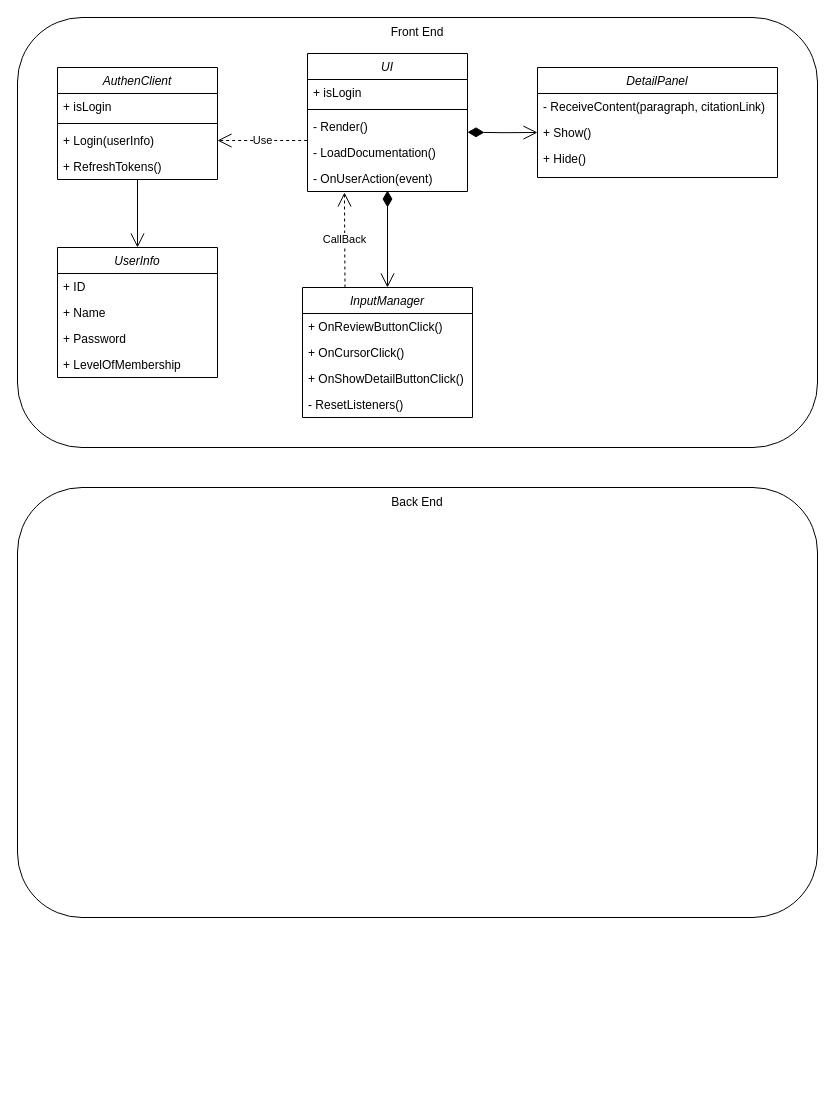
Above: Documentation Copilot System/developmentView_ClassDiagram.drawio in AndyC00/Diagrams (draw.io), before the change. Source tidied: cells renumbered, new cells numbered last; positions are measured from the earlier drawing's top-left corner, leaving out a move shared by most shapes. Both pictures are drawn from the tidied source at 100%, with x=0, y=0 at pixel (17, 17).
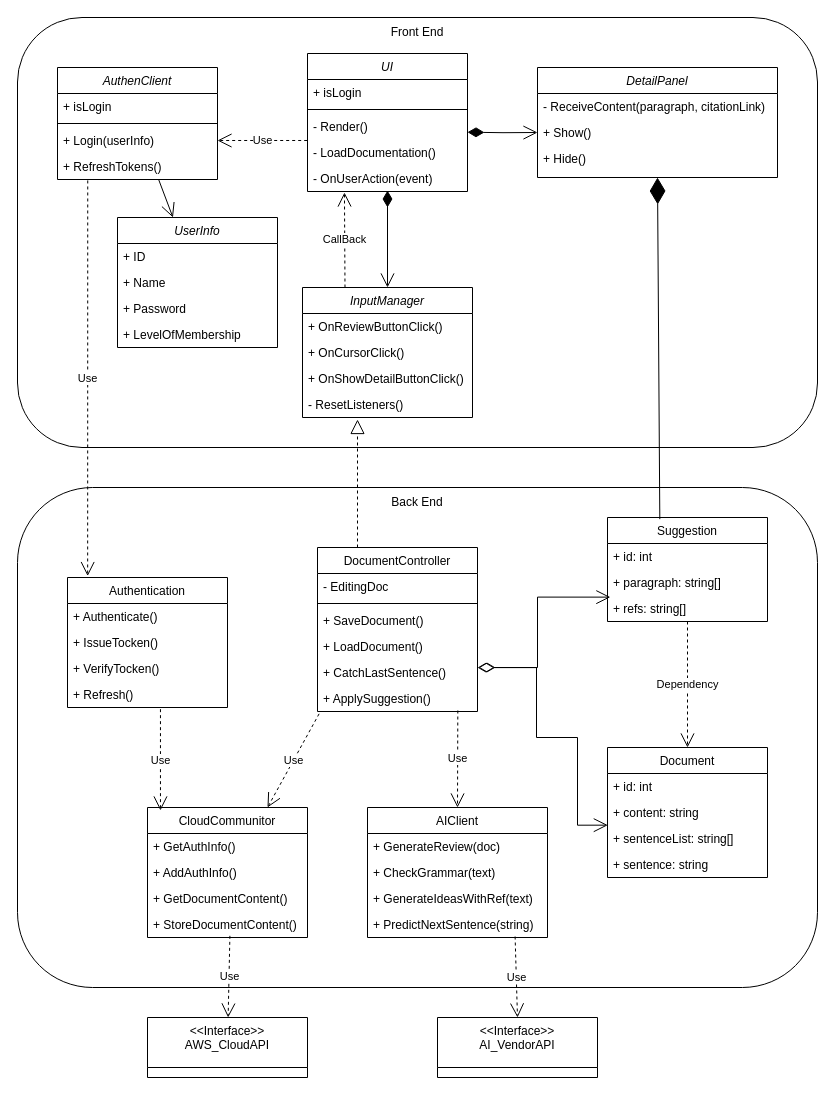
Above is the later version.

The change refers to these unchanged cells:
```xml
<mxCell id="5" value="DetailPanel" style="swimlane;fontStyle=2;align=center;verticalAlign=top;horizontal=1;startSize=26;rounded=0;shadow=0;strokeWidth=1;" parent="1" vertex="1">
  <mxGeometry x="520" y="50" width="240" height="110" as="geometry" />
</mxCell>
<mxCell id="19" value="+ RefreshTokens()" style="text;align=left;verticalAlign=top;spacingLeft=4;spacingRight=4;overflow=hidden;points=[[0,0.5],[1,0.5]];portConstraint=eastwest;rounded=0;shadow=0;html=0;" parent="15" vertex="1">
  <mxGeometry y="86" width="160" height="26" as="geometry" />
</mxCell>
```

Change to the diagram source:
```diff
@@
+    <mxCell id="36" style="rounded=1;whiteSpace=wrap;html=1;" parent="1" vertex="1">
+      <mxGeometry y="470" width="800" height="500" as="geometry" />
+    </mxCell>
@@
     <mxCell id="10" value="UserInfo" style="swimlane;fontStyle=2;align=center;verticalAlign=top;horizontal=1;startSize=26;rounded=0;shadow=0;strokeWidth=1;" parent="1" vertex="1">
-      <mxGeometry x="40" y="230" width="160" height="130" as="geometry" />
+      <mxGeometry x="100" y="200" width="160" height="130" as="geometry" />
     </mxCell>
@@
-    <mxCell id="35" style="group;" parent="1" vertex="1">
-      <mxGeometry y="470" width="800" height="430" as="geometry" />
-    </mxCell>
-    <mxCell id="36" style="rounded=1;whiteSpace=wrap;html=1;" parent="35" vertex="1">
-      <mxGeometry width="800" height="430" as="geometry" />
-    </mxCell>
+    <mxCell id="38" value="&lt;span style=&quot;font-weight: 400;&quot;&gt;&amp;lt;&amp;lt;Interface&amp;gt;&amp;gt;&lt;/span&gt;&lt;br style=&quot;font-weight: 400;&quot;&gt;&lt;span style=&quot;font-weight: normal;&quot;&gt;AI_VendorAPI&lt;/span&gt;" style="swimlane;fontStyle=1;align=center;verticalAlign=top;horizontal=1;startSize=50;whiteSpace=wrap;html=1;" parent="1" vertex="1">
+      <mxGeometry x="420" y="1000" width="160" height="60" as="geometry" />
+    </mxCell>
+    <mxCell id="39" value="&lt;span style=&quot;font-weight: normal;&quot;&gt;&amp;lt;&amp;lt;Interface&amp;gt;&amp;gt;&lt;br&gt;AWS_CloudAPI&lt;/span&gt;" style="swimlane;fontStyle=1;align=center;verticalAlign=top;horizontal=1;startSize=50;whiteSpace=wrap;html=1;" parent="1" vertex="1">
+      <mxGeometry x="130" y="1000" width="160" height="60" as="geometry" />
+    </mxCell>
+    <mxCell id="40" value="Use" style="endArrow=open;endSize=12;dashed=1;html=1;rounded=0;exitX=0.189;exitY=1.037;exitDx=0;exitDy=0;exitPerimeter=0;entryX=0.126;entryY=-0.011;entryDx=0;entryDy=0;entryPerimeter=0;" parent="1" edge="1" source="19" target="53">
+      <mxGeometry relative="1" as="geometry" />
+    </mxCell>
-    <mxCell id="37" value="Back E&lt;span style=&quot;background-color: transparent; color: light-dark(rgb(0, 0, 0), rgb(255, 255, 255));&quot;&gt;nd&lt;/span&gt;" style="text;html=1;align=center;verticalAlign=middle;whiteSpace=wrap;rounded=0;" parent="35" vertex="1">
-      <mxGeometry x="370" width="60" height="30" as="geometry" />
+    <mxCell id="37" value="Back E&lt;span style=&quot;background-color: transparent; color: light-dark(rgb(0, 0, 0), rgb(255, 255, 255));&quot;&gt;nd&lt;/span&gt;" style="text;html=1;align=center;verticalAlign=middle;whiteSpace=wrap;rounded=0;" parent="1" vertex="1">
+      <mxGeometry x="370" y="470" width="60" height="30" as="geometry" />
     </mxCell>
+    <mxCell id="41" value="&lt;span style=&quot;font-weight: normal;&quot;&gt;DocumentController&lt;/span&gt;" style="swimlane;fontStyle=1;align=center;verticalAlign=top;horizontal=1;startSize=26;whiteSpace=wrap;html=1;" parent="1" vertex="1">
+      <mxGeometry x="300" y="530" width="160" height="164" as="geometry" />
+    </mxCell>
+    <mxCell id="42" value="- EditingDoc" style="text;strokeColor=none;fillColor=none;align=left;verticalAlign=top;spacingLeft=4;spacingRight=4;overflow=hidden;whiteSpace=wrap;html=1;" parent="41" vertex="1">
+      <mxGeometry y="26" width="160" height="26" as="geometry" />
+    </mxCell>
+    <mxCell id="43" style="line;strokeWidth=1;fillColor=none;align=left;verticalAlign=middle;spacingTop=-1;spacingLeft=3;spacingRight=3;labelPosition=right;strokeColor=inherit;" parent="41" vertex="1">
+      <mxGeometry y="52" width="160" height="8" as="geometry" />
+    </mxCell>
+    <mxCell id="44" value="+ SaveDocument()" style="text;strokeColor=none;fillColor=none;align=left;verticalAlign=top;spacingLeft=4;spacingRight=4;overflow=hidden;whiteSpace=wrap;html=1;" parent="41" vertex="1">
+      <mxGeometry y="60" width="160" height="26" as="geometry" />
+    </mxCell>
+    <mxCell id="45" value="+ LoadDocument()" style="text;strokeColor=none;fillColor=none;align=left;verticalAlign=top;spacingLeft=4;spacingRight=4;overflow=hidden;whiteSpace=wrap;html=1;" parent="41" vertex="1">
+      <mxGeometry y="86" width="160" height="26" as="geometry" />
+    </mxCell>
+    <mxCell id="46" value="+ CatchLastSentence()" style="text;strokeColor=none;fillColor=none;align=left;verticalAlign=top;spacingLeft=4;spacingRight=4;overflow=hidden;whiteSpace=wrap;html=1;" parent="41" vertex="1">
+      <mxGeometry y="112" width="160" height="26" as="geometry" />
+    </mxCell>
+    <mxCell id="47" value="+ ApplySuggestion()" style="text;strokeColor=none;fillColor=none;align=left;verticalAlign=top;spacingLeft=4;spacingRight=4;overflow=hidden;points=[[0,0.5],[1,0.5]];portConstraint=eastwest;whiteSpace=wrap;html=1;" parent="41" vertex="1">
+      <mxGeometry y="138" width="160" height="26" as="geometry" />
+    </mxCell>
+    <mxCell id="48" value="&lt;span style=&quot;font-weight: normal;&quot;&gt;Suggestion&lt;/span&gt;" style="swimlane;fontStyle=1;align=center;verticalAlign=top;horizontal=1;startSize=26;whiteSpace=wrap;html=1;" parent="1" vertex="1">
+      <mxGeometry x="590" y="500" width="160" height="104" as="geometry" />
+    </mxCell>
+    <mxCell id="49" value="+ id: int" style="text;strokeColor=none;fillColor=none;align=left;verticalAlign=top;spacingLeft=4;spacingRight=4;overflow=hidden;whiteSpace=wrap;html=1;" parent="48" vertex="1">
+      <mxGeometry y="26" width="160" height="26" as="geometry" />
+    </mxCell>
+    <mxCell id="50" value="+ paragraph: string[]" style="text;strokeColor=none;fillColor=none;align=left;verticalAlign=top;spacingLeft=4;spacingRight=4;overflow=hidden;whiteSpace=wrap;html=1;" parent="48" vertex="1">
+      <mxGeometry y="52" width="160" height="26" as="geometry" />
+    </mxCell>
+    <mxCell id="51" value="+ refs: string[]" style="text;strokeColor=none;fillColor=none;align=left;verticalAlign=top;spacingLeft=4;spacingRight=4;overflow=hidden;points=[[0,0.5],[1,0.5]];portConstraint=eastwest;whiteSpace=wrap;html=1;" parent="48" vertex="1">
+      <mxGeometry y="78" width="160" height="26" as="geometry" />
+    </mxCell>
+    <mxCell id="52" style="endArrow=open;html=1;endSize=12;startArrow=diamondThin;startSize=14;startFill=0;edgeStyle=orthogonalEdgeStyle;align=left;verticalAlign=bottom;rounded=0;entryX=0.018;entryY=0.063;entryDx=0;entryDy=0;entryPerimeter=0;" parent="1" edge="1" target="51">
+      <mxGeometry x="-1" y="3" relative="1" as="geometry">
+        <mxPoint x="461" y="650" as="sourcePoint" />
+        <Array as="points">
+          <mxPoint x="520" y="650" />
+          <mxPoint x="520" y="580" />
+        </Array>
+      </mxGeometry>
+    </mxCell>
+    <mxCell id="53" value="&lt;span style=&quot;font-weight: normal;&quot;&gt;Authentication&lt;/span&gt;" style="swimlane;fontStyle=1;align=center;verticalAlign=top;horizontal=1;startSize=26;whiteSpace=wrap;html=1;" parent="1" vertex="1">
+      <mxGeometry x="50" y="560" width="160" height="130" as="geometry" />
+    </mxCell>
+    <mxCell id="54" value="+ Authenticate()" style="text;strokeColor=none;fillColor=none;align=left;verticalAlign=top;spacingLeft=4;spacingRight=4;overflow=hidden;whiteSpace=wrap;html=1;" parent="53" vertex="1">
+      <mxGeometry y="26" width="160" height="26" as="geometry" />
+    </mxCell>
+    <mxCell id="55" value="+ IssueTocken()" style="text;strokeColor=none;fillColor=none;align=left;verticalAlign=top;spacingLeft=4;spacingRight=4;overflow=hidden;whiteSpace=wrap;html=1;" parent="53" vertex="1">
+      <mxGeometry y="52" width="160" height="26" as="geometry" />
+    </mxCell>
+    <mxCell id="56" value="+ VerifyTocken()" style="text;strokeColor=none;fillColor=none;align=left;verticalAlign=top;spacingLeft=4;spacingRight=4;overflow=hidden;whiteSpace=wrap;html=1;" parent="53" vertex="1">
+      <mxGeometry y="78" width="160" height="26" as="geometry" />
+    </mxCell>
+    <mxCell id="57" value="+ Refresh()" style="text;strokeColor=none;fillColor=none;align=left;verticalAlign=top;spacingLeft=4;spacingRight=4;overflow=hidden;points=[[0,0.5],[1,0.5]];portConstraint=eastwest;whiteSpace=wrap;html=1;" parent="53" vertex="1">
+      <mxGeometry y="104" width="160" height="26" as="geometry" />
+    </mxCell>
+    <mxCell id="58" value="&lt;span style=&quot;font-weight: normal;&quot;&gt;AIClient&lt;/span&gt;" style="swimlane;fontStyle=1;align=center;verticalAlign=top;horizontal=1;startSize=26;whiteSpace=wrap;html=1;" parent="1" vertex="1">
+      <mxGeometry x="350" y="790" width="180" height="130" as="geometry" />
+    </mxCell>
+    <mxCell id="59" value="+ GenerateReview(doc)" style="text;strokeColor=none;fillColor=none;align=left;verticalAlign=top;spacingLeft=4;spacingRight=4;overflow=hidden;whiteSpace=wrap;html=1;" parent="58" vertex="1">
+      <mxGeometry y="26" width="180" height="26" as="geometry" />
+    </mxCell>
+    <mxCell id="60" value="+ CheckGrammar(text)" style="text;strokeColor=none;fillColor=none;align=left;verticalAlign=top;spacingLeft=4;spacingRight=4;overflow=hidden;whiteSpace=wrap;html=1;" parent="58" vertex="1">
+      <mxGeometry y="52" width="180" height="26" as="geometry" />
+    </mxCell>
+    <mxCell id="61" value="+ GenerateIdeasWithRef(text)" style="text;strokeColor=none;fillColor=none;align=left;verticalAlign=top;spacingLeft=4;spacingRight=4;overflow=hidden;whiteSpace=wrap;html=1;" parent="58" vertex="1">
+      <mxGeometry y="78" width="180" height="26" as="geometry" />
+    </mxCell>
+    <mxCell id="62" value="+ PredictNextSentence(string)" style="text;strokeColor=none;fillColor=none;align=left;verticalAlign=top;spacingLeft=4;spacingRight=4;overflow=hidden;points=[[0,0.5],[1,0.5]];portConstraint=eastwest;whiteSpace=wrap;html=1;" parent="58" vertex="1">
+      <mxGeometry y="104" width="180" height="26" as="geometry" />
+    </mxCell>
+    <mxCell id="63" value="&lt;span style=&quot;font-weight: normal;&quot;&gt;CloudCommunitor&lt;/span&gt;" style="swimlane;fontStyle=1;align=center;verticalAlign=top;horizontal=1;startSize=26;whiteSpace=wrap;html=1;" parent="1" vertex="1">
+      <mxGeometry x="130" y="790" width="160" height="130" as="geometry" />
+    </mxCell>
+    <mxCell id="64" value="+ GetAuthInfo()" style="text;strokeColor=none;fillColor=none;align=left;verticalAlign=top;spacingLeft=4;spacingRight=4;overflow=hidden;whiteSpace=wrap;html=1;" parent="63" vertex="1">
+      <mxGeometry y="26" width="160" height="26" as="geometry" />
+    </mxCell>
+    <mxCell id="65" value="+ AddAuthInfo()" style="text;strokeColor=none;fillColor=none;align=left;verticalAlign=top;spacingLeft=4;spacingRight=4;overflow=hidden;whiteSpace=wrap;html=1;" parent="63" vertex="1">
+      <mxGeometry y="52" width="160" height="26" as="geometry" />
+    </mxCell>
+    <mxCell id="66" value="+ GetDocumentContent()" style="text;strokeColor=none;fillColor=none;align=left;verticalAlign=top;spacingLeft=4;spacingRight=4;overflow=hidden;whiteSpace=wrap;html=1;" parent="63" vertex="1">
+      <mxGeometry y="78" width="160" height="26" as="geometry" />
+    </mxCell>
+    <mxCell id="67" value="+ StoreDocumentContent()" style="text;strokeColor=none;fillColor=none;align=left;verticalAlign=top;spacingLeft=4;spacingRight=4;overflow=hidden;points=[[0,0.5],[1,0.5]];portConstraint=eastwest;whiteSpace=wrap;html=1;" parent="63" vertex="1">
+      <mxGeometry y="104" width="160" height="26" as="geometry" />
+    </mxCell>
+    <mxCell id="68" value="&lt;span style=&quot;font-weight: normal;&quot;&gt;Document&lt;/span&gt;" style="swimlane;fontStyle=1;align=center;verticalAlign=top;horizontal=1;startSize=26;whiteSpace=wrap;html=1;" parent="1" vertex="1">
+      <mxGeometry x="590" y="730" width="160" height="130" as="geometry" />
+    </mxCell>
+    <mxCell id="69" value="+ id: int" style="text;strokeColor=none;fillColor=none;align=left;verticalAlign=top;spacingLeft=4;spacingRight=4;overflow=hidden;whiteSpace=wrap;html=1;" parent="68" vertex="1">
+      <mxGeometry y="26" width="160" height="26" as="geometry" />
+    </mxCell>
+    <mxCell id="70" value="+ content: string" style="text;strokeColor=none;fillColor=none;align=left;verticalAlign=top;spacingLeft=4;spacingRight=4;overflow=hidden;whiteSpace=wrap;html=1;" parent="68" vertex="1">
+      <mxGeometry y="52" width="160" height="26" as="geometry" />
+    </mxCell>
+    <mxCell id="71" value="+ sentenceList: string[]" style="text;strokeColor=none;fillColor=none;align=left;verticalAlign=top;spacingLeft=4;spacingRight=4;overflow=hidden;points=[[0,0.5],[1,0.5]];portConstraint=eastwest;whiteSpace=wrap;html=1;" parent="68" vertex="1">
+      <mxGeometry y="78" width="160" height="26" as="geometry" />
+    </mxCell>
+    <mxCell id="72" value="+ sentence: string" style="text;strokeColor=none;fillColor=none;align=left;verticalAlign=top;spacingLeft=4;spacingRight=4;overflow=hidden;whiteSpace=wrap;html=1;" parent="68" vertex="1">
+      <mxGeometry y="104" width="160" height="26" as="geometry" />
+    </mxCell>
+    <mxCell id="73" style="endArrow=open;html=1;endSize=12;startArrow=diamondThin;startSize=14;startFill=0;edgeStyle=orthogonalEdgeStyle;align=left;verticalAlign=bottom;rounded=0;entryX=0.002;entryY=-0.013;entryDx=0;entryDy=0;entryPerimeter=0;" parent="1" edge="1" target="71">
+      <mxGeometry x="-1" y="3" relative="1" as="geometry">
+        <mxPoint x="460" y="650.1" as="sourcePoint" />
+        <Array as="points">
+          <mxPoint x="519" y="650" />
+          <mxPoint x="519" y="720" />
+          <mxPoint x="560" y="720" />
+          <mxPoint x="560" y="808" />
+        </Array>
+      </mxGeometry>
+    </mxCell>
+    <mxCell id="74" value="Use" style="endArrow=open;endSize=12;dashed=1;html=1;rounded=0;entryX=0.5;entryY=0;entryDx=0;entryDy=0;exitX=0.877;exitY=0.962;exitDx=0;exitDy=0;exitPerimeter=0;" parent="1" edge="1" source="47" target="58">
+      <mxGeometry relative="1" as="geometry" />
+    </mxCell>
+    <mxCell id="75" value="Use" style="endArrow=open;endSize=12;dashed=1;html=1;rounded=0;exitX=0.01;exitY=1.09;exitDx=0;exitDy=0;exitPerimeter=0;entryX=0.75;entryY=0;entryDx=0;entryDy=0;" parent="1" edge="1" source="47" target="63">
+      <mxGeometry relative="1" as="geometry" />
+    </mxCell>
+    <mxCell id="76" value="Use" style="endArrow=open;endSize=12;dashed=1;html=1;rounded=0;exitX=0.581;exitY=1.064;exitDx=0;exitDy=0;exitPerimeter=0;entryX=0.081;entryY=0.023;entryDx=0;entryDy=0;entryPerimeter=0;" parent="1" edge="1" source="57" target="63">
+      <mxGeometry relative="1" as="geometry" />
+    </mxCell>
+    <mxCell id="77" value="Dependency" style="endArrow=open;endSize=12;dashed=1;html=1;rounded=0;" parent="1" edge="1" source="48" target="68">
+      <mxGeometry relative="1" as="geometry" />
+    </mxCell>
+    <mxCell id="78" style="endArrow=block;dashed=1;endFill=0;endSize=12;html=1;rounded=0;exitX=0.25;exitY=0;exitDx=0;exitDy=0;" parent="1" edge="1" source="41">
+      <mxGeometry relative="1" as="geometry">
+        <mxPoint x="340" y="402" as="targetPoint" />
+      </mxGeometry>
+    </mxCell>
+    <mxCell id="79" style="endArrow=diamondThin;endFill=1;endSize=24;html=1;rounded=0;entryX=0.5;entryY=1;entryDx=0;entryDy=0;exitX=0.327;exitY=0.016;exitDx=0;exitDy=0;exitPerimeter=0;" parent="1" edge="1" source="48" target="5">
+      <mxGeometry relative="1" as="geometry" />
+    </mxCell>
+    <mxCell id="80" value="Use" style="endArrow=open;endSize=12;dashed=1;html=1;rounded=0;exitX=0.515;exitY=0.936;exitDx=0;exitDy=0;exitPerimeter=0;" parent="1" edge="1" source="67" target="39">
+      <mxGeometry relative="1" as="geometry" />
+    </mxCell>
+    <mxCell id="81" value="Use" style="endArrow=open;endSize=12;dashed=1;html=1;rounded=0;exitX=0.82;exitY=0.962;exitDx=0;exitDy=0;exitPerimeter=0;entryX=0.5;entryY=0;entryDx=0;entryDy=0;" parent="1" edge="1" source="62" target="38">
+      <mxGeometry relative="1" as="geometry" />
+    </mxCell>
```
